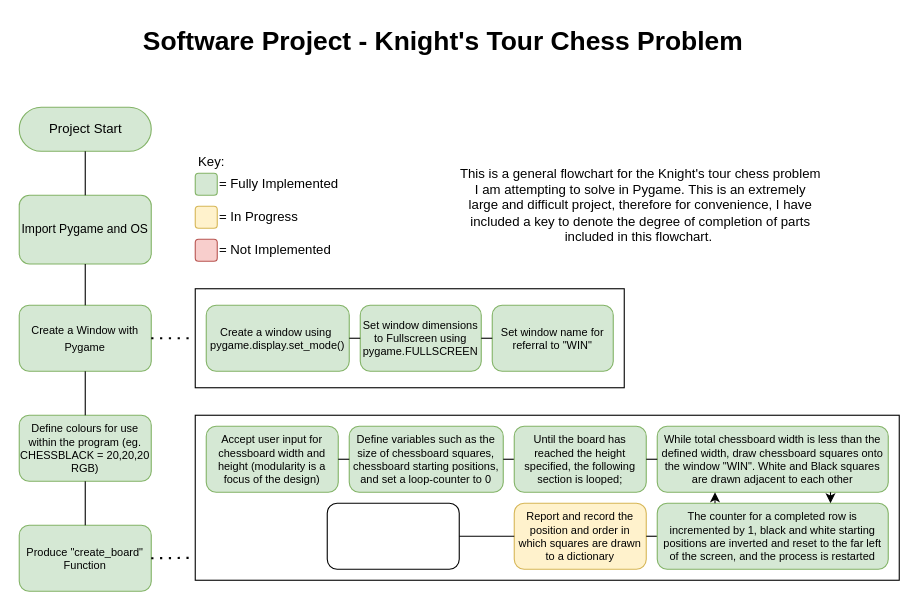
20220856/RR-20220856.github.io keeps this draw.io diagram as Software-Development/Assignments/Flowchart/Software Flowchart.drawio. Above is the earlier version. Source tidied: cells renumbered, new cells numbered last; positions are measured from the earlier drawing's top-left corner, leaving out a move shared by most shapes. Both pictures are drawn from the tidied source at 110%, with x=0, y=0 at pixel (19, 19).
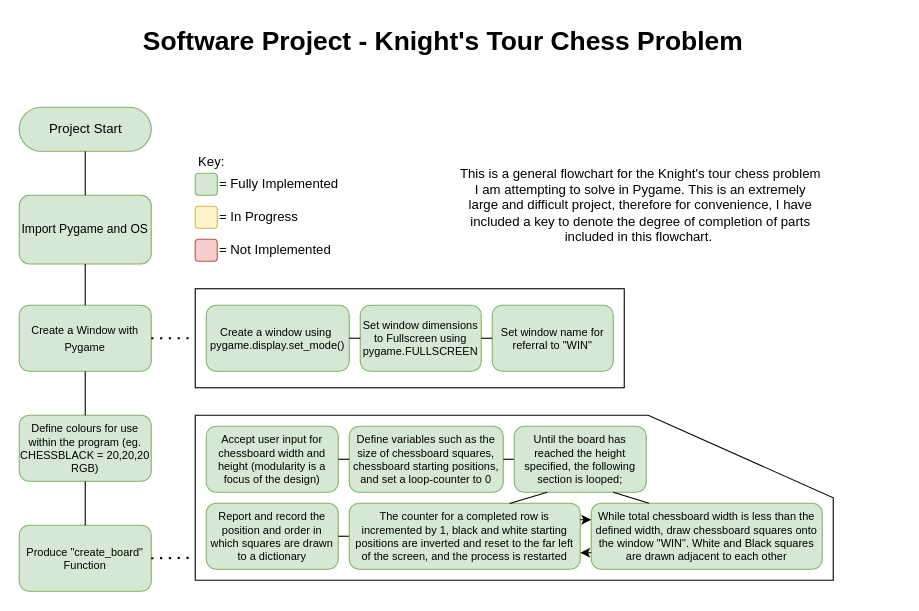
After the change.

The change refers to these unchanged cells:
```xml
<mxCell id="16" value="Produce &quot;create_board&quot; Function" style="rounded=1;whiteSpace=wrap;html=1;fontSize=10;fillColor=#d5e8d4;strokeColor=#82b366;" parent="1" vertex="1">
  <mxGeometry y="460" width="120" height="60" as="geometry" />
</mxCell>
<mxCell id="38" value="Until the board has reached the height specified, the following section is looped;" style="rounded=1;whiteSpace=wrap;html=1;fontSize=10;fillColor=#d5e8d4;strokeColor=#82b366;" parent="1" vertex="1">
  <mxGeometry x="450" y="370" width="120" height="60" as="geometry" />
</mxCell>
```

Change to the diagram source:
```diff
@@
+    <mxCell id="43" style="verticalLabelPosition=bottom;verticalAlign=top;html=1;shape=mxgraph.basic.polygon;polyCoords=[[0,0],[0.71,0],[1,0.5],[1,0.75],[1,1],[0,1],[0,0.75],[0,0.25]];polyline=0;" parent="1" vertex="1">
+      <mxGeometry x="160" y="360" width="580" height="150" as="geometry" />
+    </mxCell>
@@
-    <mxCell id="27" style="rounded=0;whiteSpace=wrap;html=1;fontSize=10;" parent="1" vertex="1">
-      <mxGeometry x="160" y="360" width="640" height="150" as="geometry" />
-    </mxCell>
@@
-    <mxCell id="29" style="endArrow=none;dashed=1;html=1;dashPattern=1 3;strokeWidth=2;rounded=0;fontSize=10;exitX=1;exitY=0.5;exitDx=0;exitDy=0;entryX=0;entryY=0.864;entryDx=0;entryDy=0;entryPerimeter=0;" parent="1" edge="1" source="16" target="27">
-      <mxGeometry relative="1" as="geometry" />
+    <mxCell id="29" style="endArrow=none;dashed=1;html=1;dashPattern=1 3;strokeWidth=2;rounded=0;fontSize=10;exitX=1;exitY=0.5;exitDx=0;exitDy=0;entryX=0;entryY=0.864;entryDx=0;entryDy=0;entryPerimeter=0;" parent="1" edge="1" source="16">
+      <mxGeometry relative="1" as="geometry">
+        <mxPoint x="160" y="489.6" as="targetPoint" />
+      </mxGeometry>
     </mxCell>
@@
     <mxCell id="32" value="While total chessboard width is less than the defined width, draw chessboard squares onto the window &quot;WIN&quot;. White and Black squares are drawn adjacent to each other" style="rounded=1;whiteSpace=wrap;html=1;fontSize=10;fillColor=#d5e8d4;strokeColor=#82b366;" parent="1" vertex="1">
-      <mxGeometry x="580" y="370" width="210" height="60" as="geometry" />
+      <mxGeometry x="520" y="440" width="210" height="60" as="geometry" />
     </mxCell>
@@
-    <mxCell id="34" value="Report and record the position and order in which squares are drawn to a dictionary" style="rounded=1;whiteSpace=wrap;html=1;fontSize=10;fillColor=#fff2cc;strokeColor=#d6b656;" parent="1" vertex="1">
-      <mxGeometry x="450" y="440" width="120" height="60" as="geometry" />
+    <mxCell id="34" value="Report and record the position and order in which squares are drawn to a dictionary" style="rounded=1;whiteSpace=wrap;html=1;fontSize=10;fillColor=#d5e8d4;strokeColor=#82b366;" parent="1" vertex="1">
+      <mxGeometry x="170" y="440" width="120" height="60" as="geometry" />
     </mxCell>
@@
-    <mxCell id="36" style="rounded=1;whiteSpace=wrap;html=1;fontSize=10;" parent="1" vertex="1">
-      <mxGeometry x="280" y="440" width="120" height="60" as="geometry" />
-    </mxCell>
-    <mxCell id="37" style="endArrow=none;html=1;rounded=0;fontSize=10;entryX=0;entryY=0.5;entryDx=0;entryDy=0;exitX=1;exitY=0.5;exitDx=0;exitDy=0;" parent="1" edge="1" source="36" target="34">
-      <mxGeometry relative="1" as="geometry" />
-    </mxCell>
@@
-    <mxCell id="39" style="endArrow=none;html=1;rounded=0;fontSize=10;entryX=0;entryY=0.5;entryDx=0;entryDy=0;exitX=1;exitY=0.5;exitDx=0;exitDy=0;" parent="1" edge="1" source="38" target="32">
+    <mxCell id="39" style="endArrow=none;html=1;rounded=0;fontSize=10;entryX=0.25;entryY=0;entryDx=0;entryDy=0;exitX=0.75;exitY=1;exitDx=0;exitDy=0;" parent="1" edge="1" source="38" target="32">
       <mxGeometry relative="1" as="geometry" />
     </mxCell>
     <mxCell id="40" value="The counter for a completed row is incremented by 1, black and white starting positions are inverted and reset to the far left of the screen, and the process is restarted" style="rounded=1;whiteSpace=wrap;html=1;fontSize=10;fillColor=#d5e8d4;strokeColor=#82b366;" parent="1" vertex="1">
-      <mxGeometry x="580" y="440" width="210" height="60" as="geometry" />
+      <mxGeometry x="300" y="440" width="210" height="60" as="geometry" />
     </mxCell>
-    <mxCell id="41" style="endArrow=classic;html=1;rounded=0;fontSize=10;exitX=0.75;exitY=1;exitDx=0;exitDy=0;entryX=0.75;entryY=0;entryDx=0;entryDy=0;" parent="1" edge="1" source="32" target="40">
+    <mxCell id="41" style="endArrow=classic;html=1;rounded=0;fontSize=10;exitX=0;exitY=0.75;exitDx=0;exitDy=0;entryX=1;entryY=0.75;entryDx=0;entryDy=0;" parent="1" edge="1" source="32" target="40">
       <mxGeometry relative="1" as="geometry" />
     </mxCell>
-    <mxCell id="42" style="endArrow=classic;html=1;rounded=0;fontSize=10;exitX=0.25;exitY=0;exitDx=0;exitDy=0;entryX=0.25;entryY=1;entryDx=0;entryDy=0;" parent="1" edge="1" source="40" target="32">
+    <mxCell id="42" style="endArrow=classic;html=1;rounded=0;fontSize=10;exitX=1;exitY=0.25;exitDx=0;exitDy=0;entryX=0;entryY=0.25;entryDx=0;entryDy=0;" parent="1" edge="1" source="40" target="32">
       <mxGeometry relative="1" as="geometry" />
     </mxCell>
+    <mxCell id="44" style="endArrow=none;html=1;rounded=0;fontSize=10;entryX=0.25;entryY=1;entryDx=0;entryDy=0;exitX=0.694;exitY=0.004;exitDx=0;exitDy=0;exitPerimeter=0;" parent="1" edge="1" source="40" target="38">
+      <mxGeometry relative="1" as="geometry" />
+    </mxCell>
```
